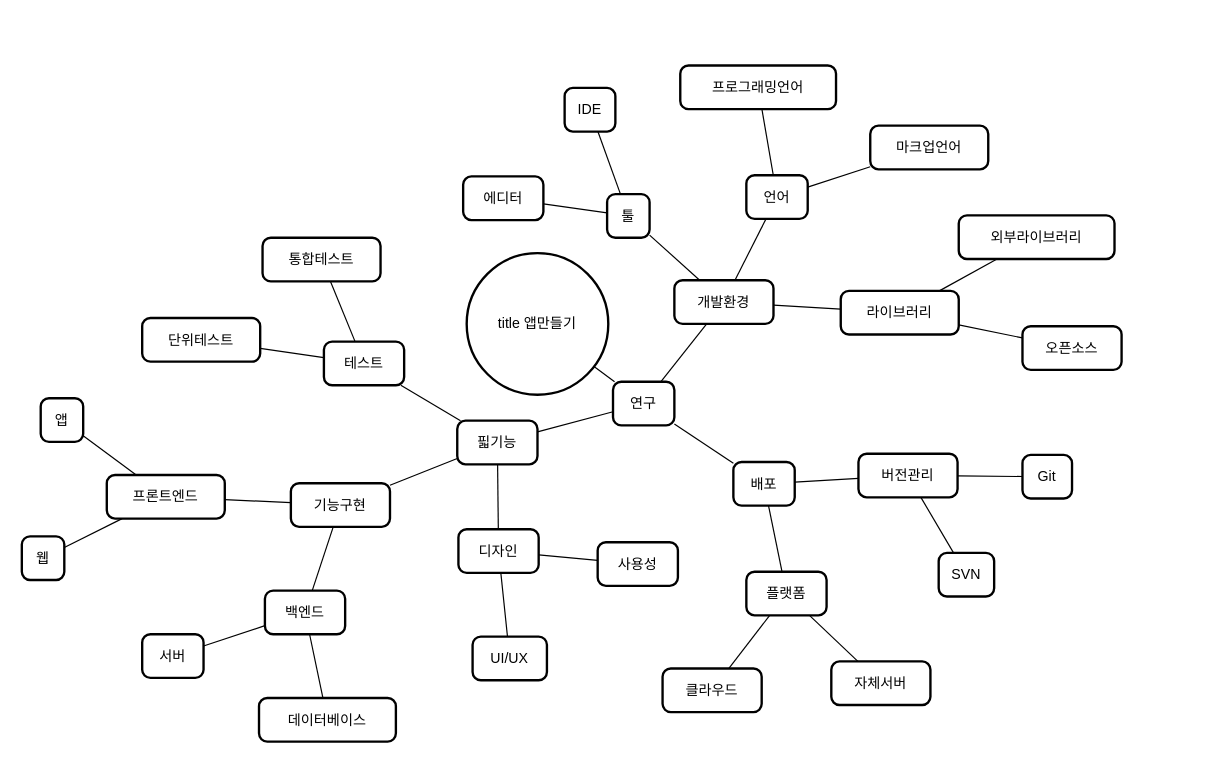
Before: 제목 없는 다이어그램.drawio in skplace/app_ch2, a draw.io diagram. Source tidied: cells renumbered, new cells numbered last; positions are measured from the earlier drawing's top-left corner, leaving out a move shared by most shapes. Both pictures are drawn from the tidied source at 118%, with x=0, y=0 at pixel (21, 65).
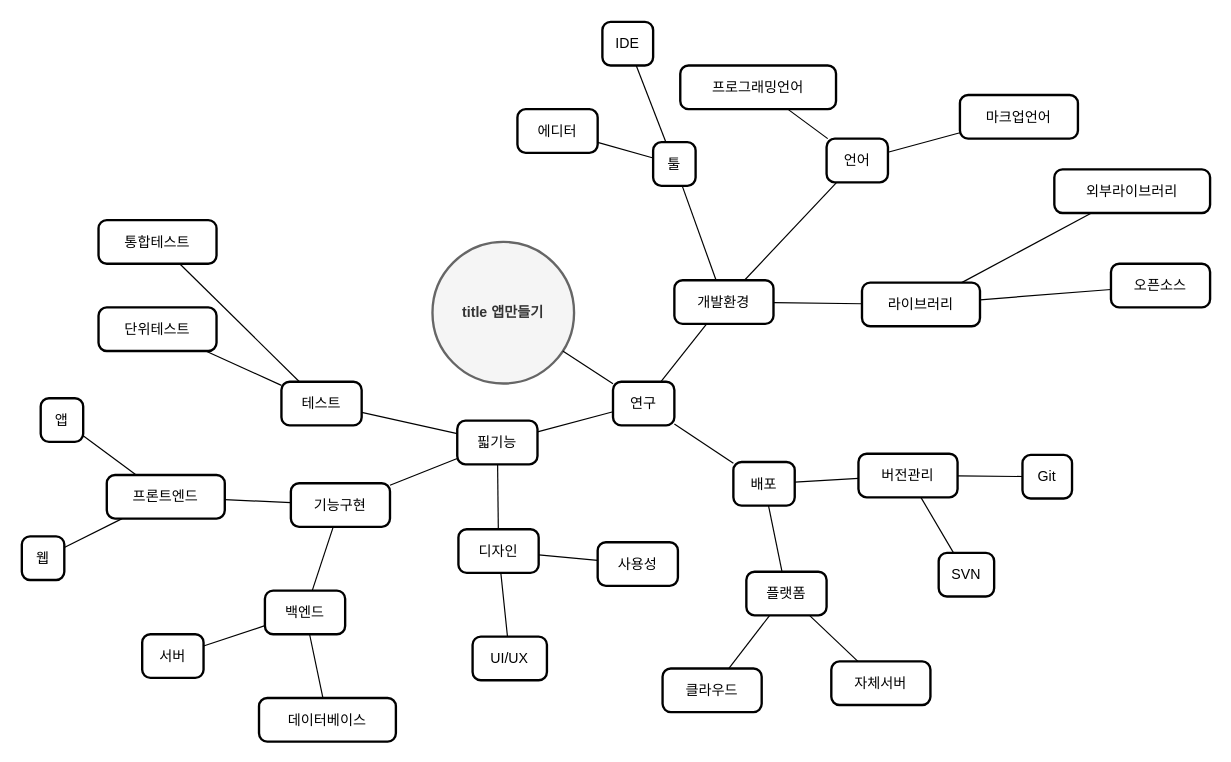
After the change.

What changed in the source:
```diff
@@
-    <mxCell id="2" value="title 앱만들기" style="ellipse;strokeWidth=2;whiteSpace=wrap;" parent="1" vertex="1">
-      <mxGeometry x="377" y="159" width="120" height="120" as="geometry" />
+    <mxCell id="2" value="title 앱만들기" style="ellipse;strokeWidth=2;whiteSpace=wrap;fontStyle=1;fillColor=#f5f5f5;fontColor=#333333;strokeColor=#666666;" parent="1" vertex="1">
+      <mxGeometry x="348" y="149.5" width="120" height="120" as="geometry" />
     </mxCell>
@@
     <mxCell id="15" value="테스트" style="rounded=1;absoluteArcSize=1;arcSize=14;whiteSpace=wrap;strokeWidth=2;" parent="1" vertex="1">
-      <mxGeometry x="256" y="234" width="68" height="37" as="geometry" />
+      <mxGeometry x="220" y="268" width="68" height="37" as="geometry" />
     </mxCell>
     <mxCell id="16" value="단위테스트" style="rounded=1;absoluteArcSize=1;arcSize=14;whiteSpace=wrap;strokeWidth=2;" parent="1" vertex="1">
-      <mxGeometry x="102" y="214" width="100" height="37" as="geometry" />
+      <mxGeometry x="65" y="205" width="100" height="37" as="geometry" />
     </mxCell>
     <mxCell id="17" value="통합테스트" style="rounded=1;absoluteArcSize=1;arcSize=14;whiteSpace=wrap;strokeWidth=2;" parent="1" vertex="1">
-      <mxGeometry x="204" y="146" width="100" height="37" as="geometry" />
+      <mxGeometry x="65" y="131" width="100" height="37" as="geometry" />
     </mxCell>
@@
     <mxCell id="19" value="툴" style="rounded=1;absoluteArcSize=1;arcSize=14;whiteSpace=wrap;strokeWidth=2;" parent="1" vertex="1">
-      <mxGeometry x="496" y="109" width="36" height="37" as="geometry" />
+      <mxGeometry x="535" y="65" width="36" height="37" as="geometry" />
     </mxCell>
     <mxCell id="20" value="IDE" style="rounded=1;absoluteArcSize=1;arcSize=14;whiteSpace=wrap;strokeWidth=2;" parent="1" vertex="1">
-      <mxGeometry x="460" y="19" width="43" height="37" as="geometry" />
+      <mxGeometry x="492" y="-37" width="43" height="37" as="geometry" />
     </mxCell>
     <mxCell id="21" value="에디터" style="rounded=1;absoluteArcSize=1;arcSize=14;whiteSpace=wrap;strokeWidth=2;" parent="1" vertex="1">
-      <mxGeometry x="374" y="94" width="68" height="37" as="geometry" />
+      <mxGeometry x="420" y="37" width="68" height="37" as="geometry" />
     </mxCell>
     <mxCell id="22" value="언어" style="rounded=1;absoluteArcSize=1;arcSize=14;whiteSpace=wrap;strokeWidth=2;" parent="1" vertex="1">
-      <mxGeometry x="614" y="93" width="52" height="37" as="geometry" />
+      <mxGeometry x="682" y="62" width="52" height="37" as="geometry" />
     </mxCell>
@@
     <mxCell id="24" value="마크업언어" style="rounded=1;absoluteArcSize=1;arcSize=14;whiteSpace=wrap;strokeWidth=2;" parent="1" vertex="1">
-      <mxGeometry x="719" y="51" width="100" height="37" as="geometry" />
+      <mxGeometry x="795" y="25" width="100" height="37" as="geometry" />
     </mxCell>
     <mxCell id="25" value="라이브러리" style="rounded=1;absoluteArcSize=1;arcSize=14;whiteSpace=wrap;strokeWidth=2;" parent="1" vertex="1">
-      <mxGeometry x="694" y="191" width="100" height="37" as="geometry" />
+      <mxGeometry x="712" y="184" width="100" height="37" as="geometry" />
     </mxCell>
     <mxCell id="26" value="오픈소스" style="rounded=1;absoluteArcSize=1;arcSize=14;whiteSpace=wrap;strokeWidth=2;" parent="1" vertex="1">
-      <mxGeometry x="848" y="221" width="84" height="37" as="geometry" />
+      <mxGeometry x="923" y="168" width="84" height="37" as="geometry" />
     </mxCell>
     <mxCell id="27" value="외부라이브러리" style="rounded=1;absoluteArcSize=1;arcSize=14;whiteSpace=wrap;strokeWidth=2;" parent="1" vertex="1">
-      <mxGeometry x="794" y="127" width="132" height="37" as="geometry" />
+      <mxGeometry x="875" y="88" width="132" height="37" as="geometry" />
     </mxCell>
```
